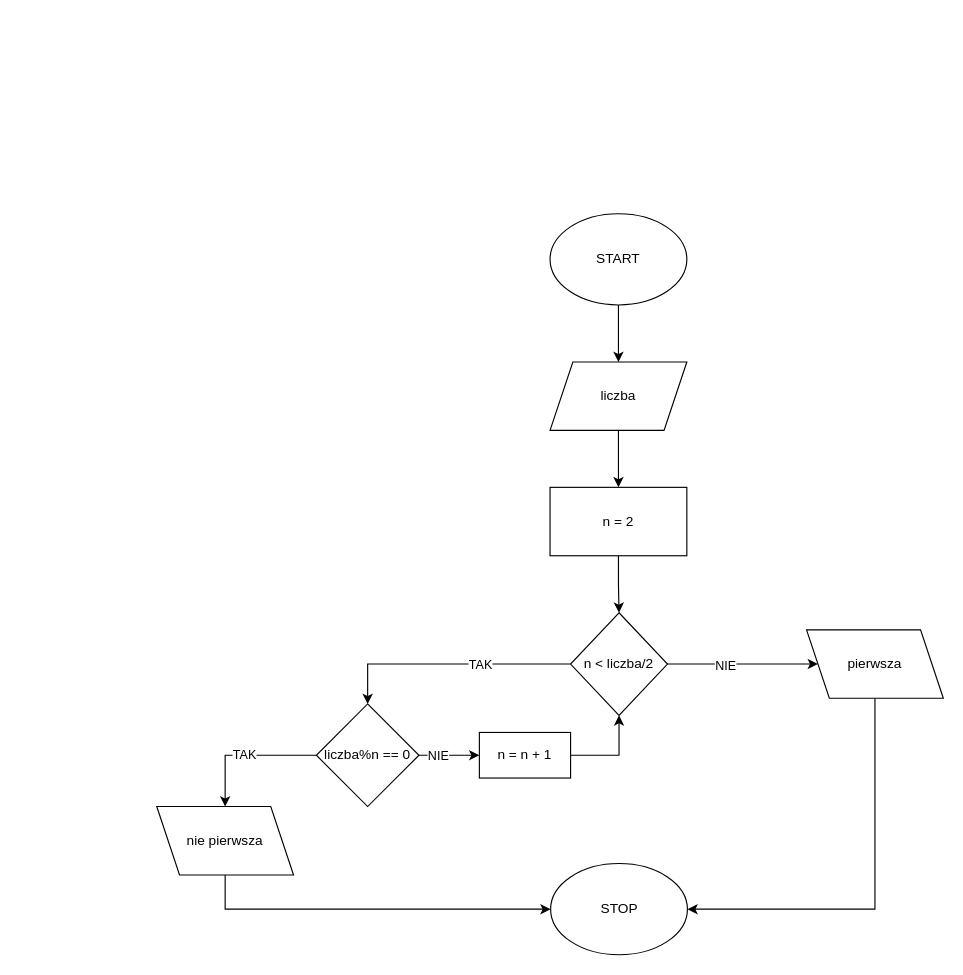
This is czy_pierwsza.drawio from mmarusiak/diagrams, a draw.io file, before an edit. Source tidied: cells renumbered, new cells numbered last; positions are measured from the earlier drawing's top-left corner, leaving out a move shared by most shapes. Both pictures are drawn from the tidied source at 114%, with x=0, y=0 at pixel (156, 213).
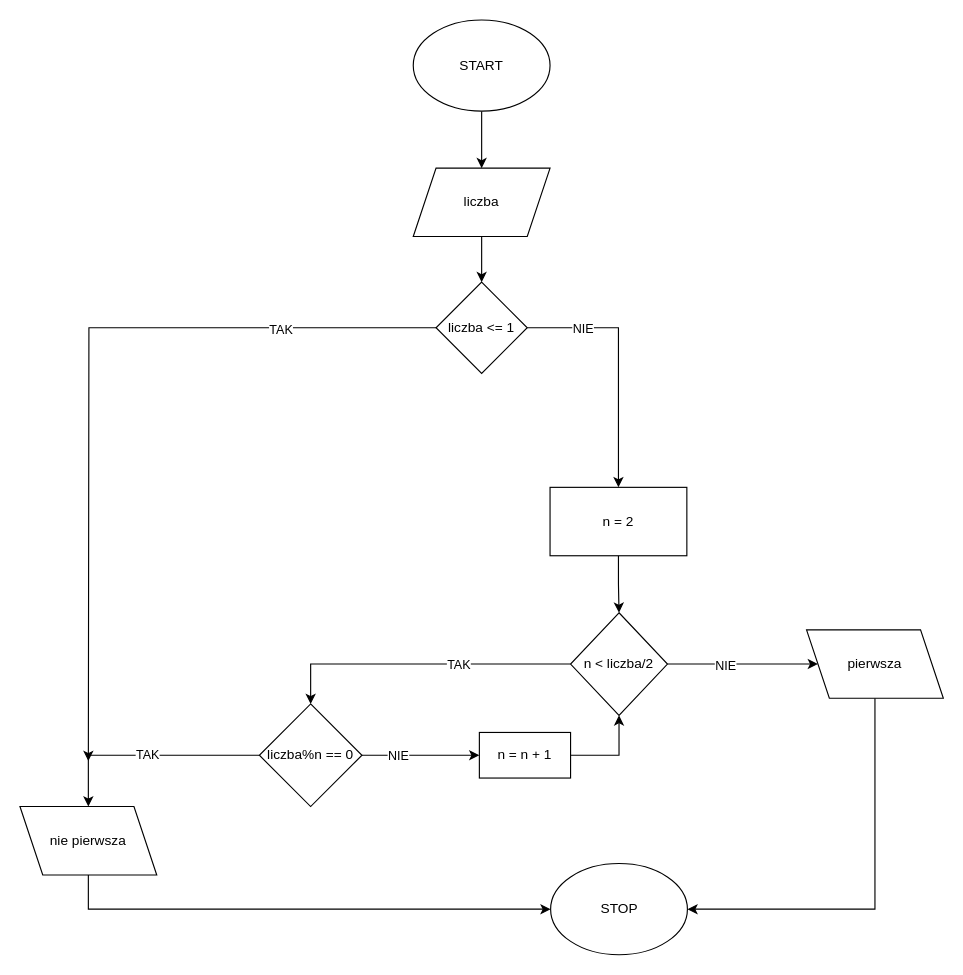
After the change.

Unchanged cells that the change refers to:
```xml
<mxCell id="7" value="n = 2" style="rounded=0;whiteSpace=wrap;html=1;" parent="1" vertex="1">
  <mxGeometry x="345" y="240" width="120" height="60" as="geometry" />
</mxCell>
```

What changed in the source:
```diff
@@
     <mxCell id="3" value="START" style="ellipse;whiteSpace=wrap;html=1;" parent="1" vertex="1">
-      <mxGeometry x="345" width="120" height="80" as="geometry" />
+      <mxGeometry x="225" y="-170" width="120" height="80" as="geometry" />
     </mxCell>
-    <mxCell id="4" style="edgeStyle=orthogonalEdgeStyle;rounded=0;jettySize=auto;html=1;" parent="1" edge="1" source="5" target="7">
-      <mxGeometry relative="1" as="geometry" />
-    </mxCell>
+    <mxCell id="24" style="edgeStyle=orthogonalEdgeStyle;rounded=0;jettySize=auto;html=1;entryX=0.5;entryY=0;entryDx=0;entryDy=0;" parent="1" edge="1" source="5" target="29">
+      <mxGeometry relative="1" as="geometry" />
+    </mxCell>
     <mxCell id="5" value="liczba" style="shape=parallelogram;perimeter=parallelogramPerimeter;whiteSpace=wrap;html=1;fixedSize=1;" parent="1" vertex="1">
-      <mxGeometry x="345" y="130" width="120" height="60" as="geometry" />
+      <mxGeometry x="225" y="-40" width="120" height="60" as="geometry" />
     </mxCell>
@@
     <mxCell id="16" value="liczba%n == 0" style="rhombus;whiteSpace=wrap;html=1;" parent="1" vertex="1">
-      <mxGeometry x="140" y="430" width="90" height="90" as="geometry" />
+      <mxGeometry x="90" y="430" width="90" height="90" as="geometry" />
     </mxCell>
@@
     <mxCell id="18" value="nie pierwsza" style="shape=parallelogram;perimeter=parallelogramPerimeter;whiteSpace=wrap;html=1;fixedSize=1;flipH=1;" parent="1" vertex="1">
-      <mxGeometry y="520" width="120" height="60" as="geometry" />
+      <mxGeometry x="-120" y="520" width="120" height="60" as="geometry" />
     </mxCell>
@@
+    <mxCell id="25" style="edgeStyle=orthogonalEdgeStyle;rounded=0;jettySize=auto;html=1;" parent="1" edge="1" source="29">
+      <mxGeometry relative="1" as="geometry">
+        <mxPoint x="-60" y="480" as="targetPoint" />
+      </mxGeometry>
+    </mxCell>
+    <mxCell id="26" value="TAK" style="edgeLabel;html=1;align=center;verticalAlign=middle;" parent="25" vertex="1">
+      <mxGeometry x="-0.6" y="1" relative="1" as="geometry" />
+    </mxCell>
+    <mxCell id="27" style="edgeStyle=orthogonalEdgeStyle;rounded=0;jettySize=auto;html=1;entryX=0.5;entryY=0;entryDx=0;entryDy=0;" parent="1" edge="1" source="29" target="7">
+      <mxGeometry relative="1" as="geometry" />
+    </mxCell>
+    <mxCell id="28" value="NIE" style="edgeLabel;html=1;align=center;verticalAlign=middle;" parent="27" vertex="1">
+      <mxGeometry x="-0.56" relative="1" as="geometry" />
+    </mxCell>
+    <mxCell id="29" value="liczba &amp;lt;= 1" style="rhombus;whiteSpace=wrap;html=1;" parent="1" vertex="1">
+      <mxGeometry x="245" y="60" width="80" height="80" as="geometry" />
+    </mxCell>
```
